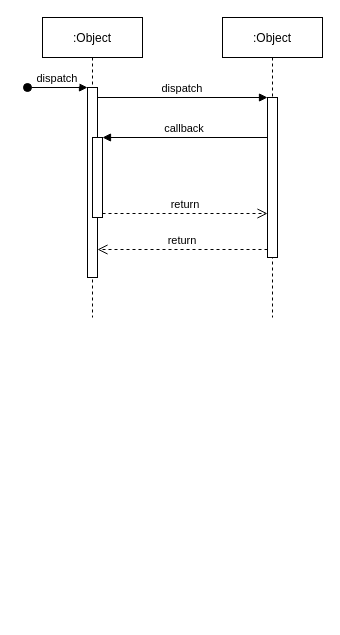
Above: graphlearn.drawio in theflyfish/my_draw (draw.io), before the change. Source tidied: cells renumbered, new cells numbered last; positions are measured from the earlier drawing's top-left corner, leaving out a move shared by most shapes. Both pictures are drawn from the tidied source at 100%, with x=0, y=0 at pixel (27, 17).
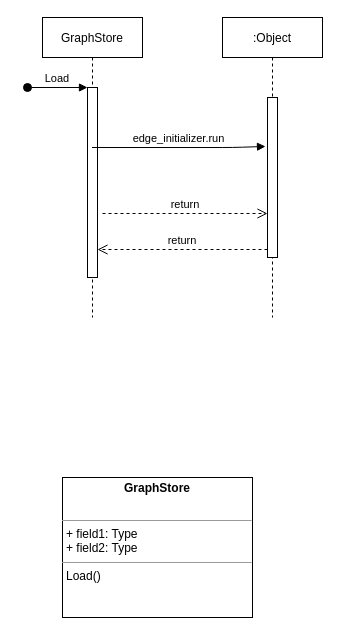
After the change.

Change to the diagram source:
```diff
@@
 <mxGraphModel>
   <root>
     <mxCell id="0" />
     <mxCell id="1" parent="0" />
-    <mxCell id="2" value=":Object" style="shape=umlLifeline;perimeter=lifelinePerimeter;rounded=0;shadow=0;strokeWidth=1;" parent="1" vertex="1">
+    <mxCell id="2" value="GraphStore" style="shape=umlLifeline;perimeter=lifelinePerimeter;rounded=0;shadow=0;strokeWidth=1;" parent="1" vertex="1">
       <mxGeometry x="15" width="100" height="300" as="geometry" />
     </mxCell>
     <mxCell id="3" style="points=[];perimeter=orthogonalPerimeter;rounded=0;shadow=0;strokeWidth=1;" parent="2" vertex="1">
       <mxGeometry x="45" y="70" width="10" height="190" as="geometry" />
     </mxCell>
-    <mxCell id="4" value="dispatch" style="verticalAlign=bottom;startArrow=oval;endArrow=block;startSize=8;shadow=0;strokeWidth=1;" parent="2" edge="1" target="3">
+    <mxCell id="4" value="Load" style="verticalAlign=bottom;startArrow=oval;endArrow=block;startSize=8;shadow=0;strokeWidth=1;" parent="2" edge="1" target="3">
       <mxGeometry relative="1" as="geometry">
         <mxPoint x="-15" y="70" as="sourcePoint" />
       </mxGeometry>
     </mxCell>
-    <mxCell id="5" style="points=[];perimeter=orthogonalPerimeter;rounded=0;shadow=0;strokeWidth=1;" parent="2" vertex="1">
-      <mxGeometry x="50" y="120" width="10" height="80" as="geometry" />
-    </mxCell>
     <mxCell id="6" value=":Object" style="shape=umlLifeline;perimeter=lifelinePerimeter;rounded=0;shadow=0;strokeWidth=1;" parent="1" vertex="1">
       <mxGeometry x="195" width="100" height="300" as="geometry" />
     </mxCell>
     <mxCell id="7" style="points=[];perimeter=orthogonalPerimeter;rounded=0;shadow=0;strokeWidth=1;" parent="6" vertex="1">
       <mxGeometry x="45" y="80" width="10" height="160" as="geometry" />
     </mxCell>
     <mxCell id="8" value="return" style="verticalAlign=bottom;endArrow=open;dashed=1;endSize=8;exitX=0;exitY=0.95;shadow=0;strokeWidth=1;" parent="1" edge="1" source="7" target="3">
       <mxGeometry relative="1" as="geometry" />
     </mxCell>
-    <mxCell id="9" value="dispatch" style="verticalAlign=bottom;endArrow=block;entryX=0;entryY=0;shadow=0;strokeWidth=1;" parent="1" edge="1" source="3" target="7">
-      <mxGeometry relative="1" as="geometry" />
+    <mxCell id="9" value="edge_initializer.run" style="verticalAlign=bottom;endArrow=block;entryX=-0.2;entryY=0.306;shadow=0;strokeWidth=1;entryDx=0;entryDy=0;entryPerimeter=0;" parent="1" edge="1" source="2" target="7">
+      <mxGeometry relative="1" as="geometry">
+        <Array as="points">
+          <mxPoint x="205" y="130" />
+        </Array>
+      </mxGeometry>
     </mxCell>
-    <mxCell id="10" value="callback" style="verticalAlign=bottom;endArrow=block;entryX=1;entryY=0;shadow=0;strokeWidth=1;" parent="1" edge="1" source="7" target="5">
-      <mxGeometry relative="1" as="geometry" />
-    </mxCell>
-    <mxCell id="11" value="return" style="verticalAlign=bottom;endArrow=open;dashed=1;endSize=8;exitX=1;exitY=0.95;shadow=0;strokeWidth=1;" parent="1" edge="1" source="5" target="7">
-      <mxGeometry relative="1" as="geometry" />
+    <mxCell id="11" value="return" style="verticalAlign=bottom;endArrow=open;dashed=1;endSize=8;exitX=1;exitY=0.95;shadow=0;strokeWidth=1;" parent="1" edge="1" target="7">
+      <mxGeometry relative="1" as="geometry">
+        <mxPoint x="75" y="196" as="sourcePoint" />
+      </mxGeometry>
     </mxCell>
+    <mxCell id="12" value="&lt;p style=&quot;margin: 0px ; margin-top: 4px ; text-align: center&quot;&gt;&lt;b&gt;GraphStore&lt;/b&gt;&lt;/p&gt;&lt;p style=&quot;margin: 0px ; margin-top: 4px ; text-align: center&quot;&gt;&lt;br&gt;&lt;/p&gt;&lt;hr size=&quot;1&quot;&gt;&lt;p style=&quot;margin: 0px ; margin-left: 4px&quot;&gt;+ field1: Type&lt;br&gt;+ field2: Type&lt;/p&gt;&lt;hr size=&quot;1&quot;&gt;&lt;p style=&quot;margin: 0px ; margin-left: 4px&quot;&gt;Load()&lt;br&gt;&lt;br&gt;&lt;/p&gt;" style="verticalAlign=top;align=left;overflow=fill;fontSize=12;fontFamily=Helvetica;html=1;" parent="1" vertex="1">
+      <mxGeometry x="35" y="460" width="190" height="140" as="geometry" />
+    </mxCell>
   </root>
 </mxGraphModel>
```
